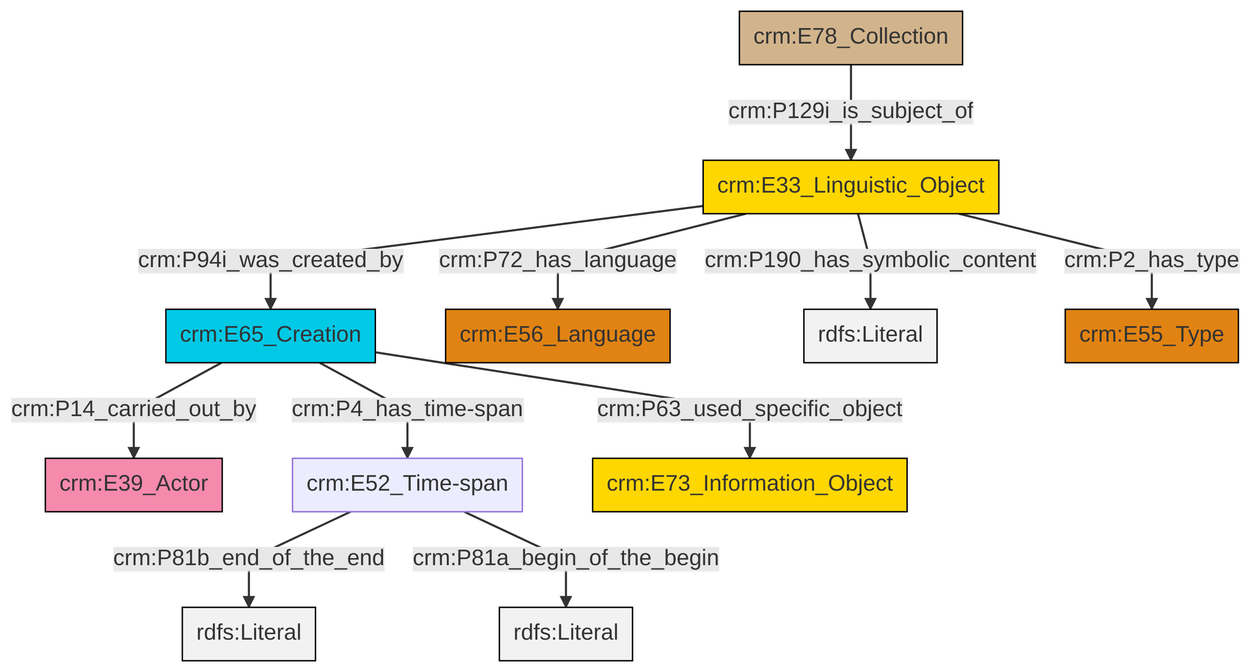
Before: et/archivalCSV/ttl/mmd/png/archival_desc.png, a diagram exported from Mermaid (swiss-art-research-net/docs.swissartresearch). Its source is kept beside it as et/archivalCSV/ttl/mmd/archival_desc.ttl.mmd.
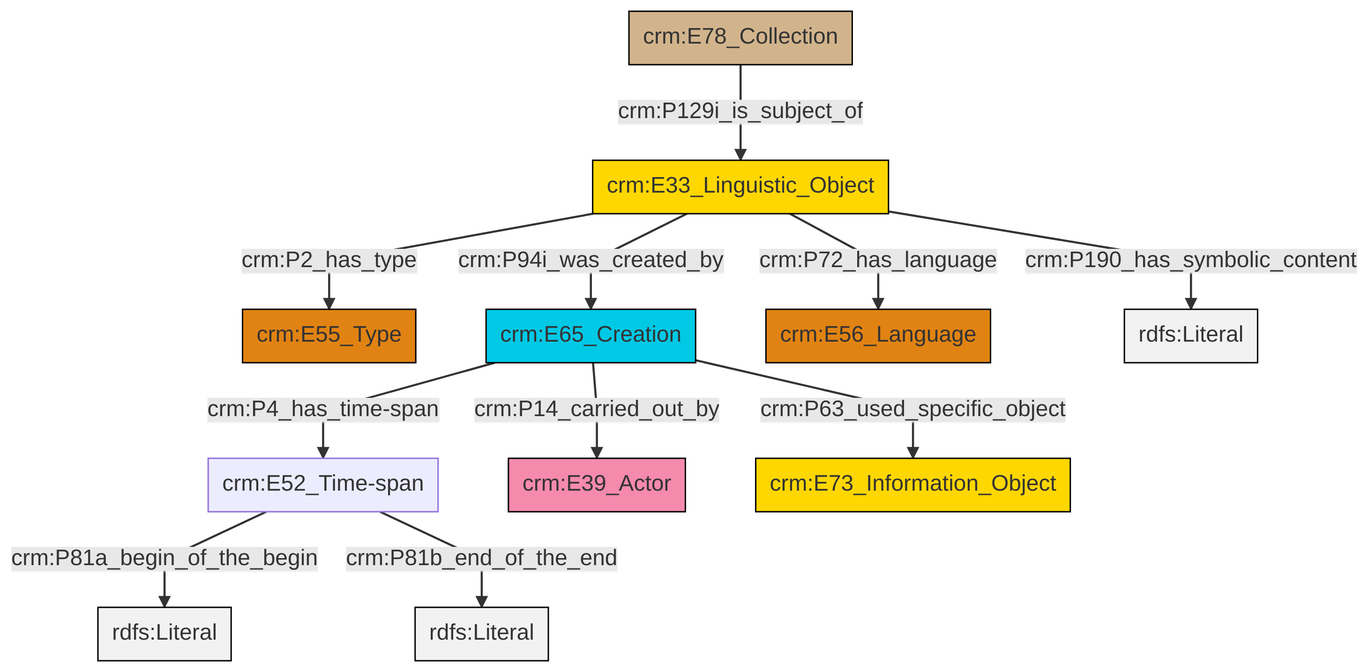
The same file after the commit.

Change to the diagram source:
```diff
@@ -13,13 +13,13 @@
 classDef PC_Classes fill:#4ce600, stroke:#000000;
 classDef Multi fill:#cccccc,stroke:#000000;
 
-0["crm:E65_Creation"]:::Temporal_Entity -->|crm:P14_carried_out_by| 1["crm:E39_Actor"]:::Actor
-4["crm:E33_Linguistic_Object"]:::Conceptual_Object -->|crm:P72_has_language| 7["crm:E56_Language"]:::Type
-8["crm:E52_Time-span"]:::Default -->|crm:P81b_end_of_the_end| 9[rdfs:Literal]:::Literal
-0["crm:E65_Creation"]:::Temporal_Entity -->|crm:P63_used_specific_object| 11["crm:E73_Information_Object"]:::Conceptual_Object
-0["crm:E65_Creation"]:::Temporal_Entity -->|crm:P4_has_time-span| 8["crm:E52_Time-span"]:::Default
-2["crm:E78_Collection"]:::Physical_Thing -->|crm:P129i_is_subject_of| 4["crm:E33_Linguistic_Object"]:::Conceptual_Object
-4["crm:E33_Linguistic_Object"]:::Conceptual_Object -->|crm:P190_has_symbolic_content| 13[rdfs:Literal]:::Literal
-4["crm:E33_Linguistic_Object"]:::Conceptual_Object -->|crm:P94i_was_created_by| 0["crm:E65_Creation"]:::Temporal_Entity
-8["crm:E52_Time-span"]:::Default -->|crm:P81a_begin_of_the_begin| 18[rdfs:Literal]:::Literal
-4["crm:E33_Linguistic_Object"]:::Conceptual_Object -->|crm:P2_has_type| 16["crm:E55_Type"]:::Type
+2["crm:E65_Creation"]:::Temporal_Entity -->|crm:P4_has_time-span| 3["crm:E52_Time-span"]:::Default
+3["crm:E52_Time-span"]:::Default -->|crm:P81a_begin_of_the_begin| 4[rdfs:Literal]:::Literal
+5["crm:E33_Linguistic_Object"]:::Conceptual_Object -->|crm:P72_has_language| 7["crm:E56_Language"]:::Type
+2["crm:E65_Creation"]:::Temporal_Entity -->|crm:P14_carried_out_by| 8["crm:E39_Actor"]:::Actor
+10["crm:E78_Collection"]:::Physical_Thing -->|crm:P129i_is_subject_of| 5["crm:E33_Linguistic_Object"]:::Conceptual_Object
+5["crm:E33_Linguistic_Object"]:::Conceptual_Object -->|crm:P94i_was_created_by| 2["crm:E65_Creation"]:::Temporal_Entity
+2["crm:E65_Creation"]:::Temporal_Entity -->|crm:P63_used_specific_object| 13["crm:E73_Information_Object"]:::Conceptual_Object
+3["crm:E52_Time-span"]:::Default -->|crm:P81b_end_of_the_end| 15[rdfs:Literal]:::Literal
+5["crm:E33_Linguistic_Object"]:::Conceptual_Object -->|crm:P2_has_type| 0["crm:E55_Type"]:::Type
+5["crm:E33_Linguistic_Object"]:::Conceptual_Object -->|crm:P190_has_symbolic_content| 17[rdfs:Literal]:::Literal
```
